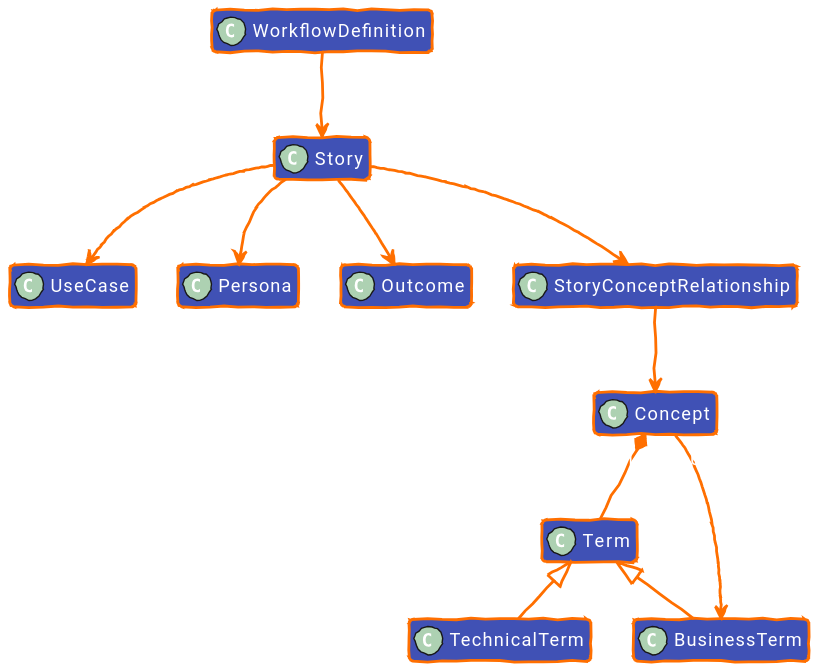
Before: diagrams/out/uctm-story_dark.svg, a diagram exported from PlantUML (EKGF/ekg-method).
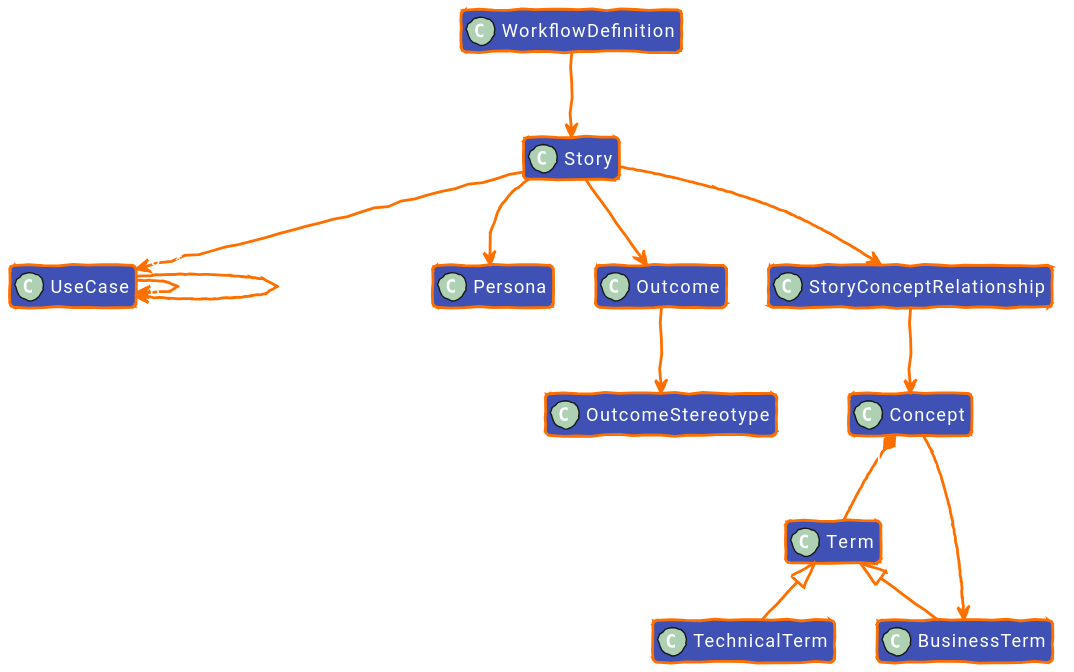
Above is the later version.

What changed in the source:
```diff
@@ -73,17 +73,23 @@
 class "UseCase" as UseCase [[/concept/use-case/#ontology]]
 class "Persona" as Persona [[/concept/persona/#ontology]]
 class "Outcome" as Outcome [[/concept/outcome/#ontology]]
+class "OutcomeStereotype" as OutcomeStereotype [[/concept/outcome/outcome-stereotype/#ontology]]
 class "Concept" as Concept [[/concept/concept/#ontology]]
 class "Term" as Term [[/concept/term/#ontology]]
-class "BusinessTerm" as BusinessTerm
-class "TechnicalTerm" as TechnicalTerm
+class "BusinessTerm" as BusinessTerm [[/concept/term/business-term/#ontology]]
+class "TechnicalTerm" as TechnicalTerm [[/concept/term/technical-term/#ontology]]
 class "WorkflowDefinition" as WorkflowDefinition [[/concept/workflow/#ontology]]
-class "StoryConceptRelationship" as StoryConceptRelationship
+class "StoryConceptRelationship" as StoryConceptRelationship [[/concept/concept/story-concept-relationship/#ontology]]
 
 Term <|-- BusinessTerm
 Term <|-- TechnicalTerm
 
 Story "0..*" --> "1" UseCase : :useCase
+
+UseCase "0..*" --> "0..1" UseCase : :isPartOf
+UseCase "0..*" --> "0..*" UseCase : :isUsedIn
+
+Outcome "0..1" --> "1" OutcomeStereotype : outcome:stereotype
 
 Story --> Persona : :playedBy
 Story --> Outcome : :contributesTo
```
